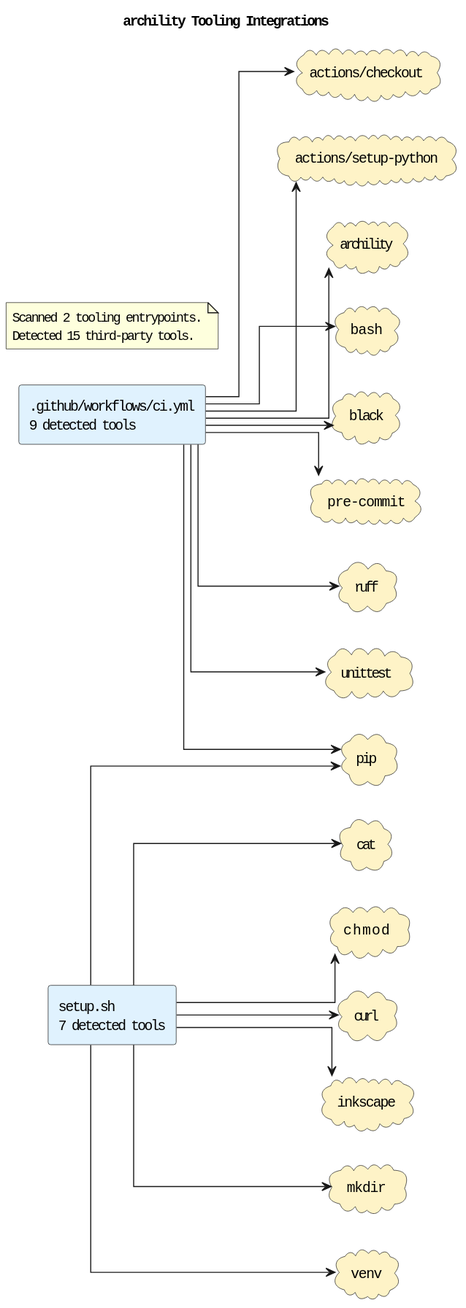
Earlier version of the PlantUML export docs/diagrams/tooling-integrations.puml.svg (casonk/archility).
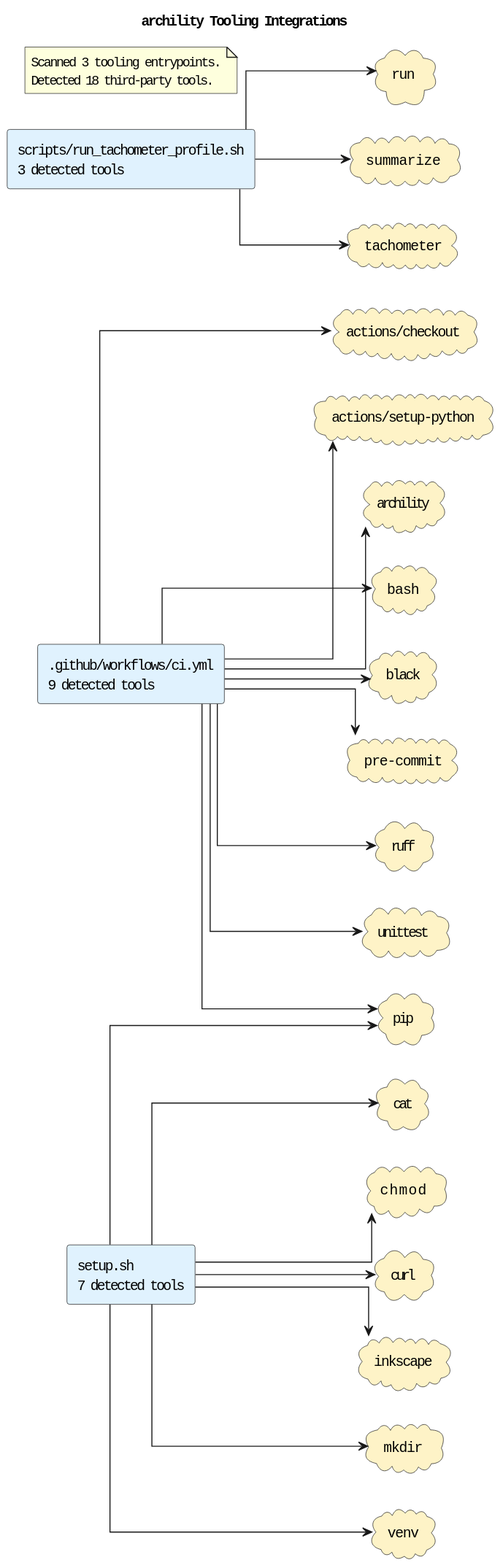
After the change.

What changed in the source:
```diff
@@ -6,6 +6,7 @@
 skinparam componentStyle rectangle
 skinparam linetype ortho
 rectangle ".github/workflows/ci.yml\n9 detected tools" as source_github_workflows_ci_yml #E0F2FE
+rectangle "scripts/run_tachometer_profile.sh\n3 detected tools" as source_scripts_run_tachometer_profile_sh #E0F2FE
 rectangle "setup.sh\n7 detected tools" as source_setup_sh #E0F2FE
 cloud "actions/checkout" as tool_actions_checkout #FEF3C7
 cloud "actions/setup-python" as tool_actions_setup_python #FEF3C7
@@ -20,6 +21,9 @@
 cloud "pip" as tool_pip #FEF3C7
 cloud "pre-commit" as tool_pre_commit #FEF3C7
 cloud "ruff" as tool_ruff #FEF3C7
+cloud "run" as tool_run #FEF3C7
+cloud "summarize" as tool_summarize #FEF3C7
+cloud "tachometer" as tool_tachometer #FEF3C7
 cloud "unittest" as tool_unittest #FEF3C7
 cloud "venv" as tool_venv #FEF3C7
 source_github_workflows_ci_yml --> tool_actions_checkout
@@ -31,6 +35,9 @@
 source_github_workflows_ci_yml --> tool_pre_commit
 source_github_workflows_ci_yml --> tool_ruff
 source_github_workflows_ci_yml --> tool_unittest
+source_scripts_run_tachometer_profile_sh --> tool_run
+source_scripts_run_tachometer_profile_sh --> tool_summarize
+source_scripts_run_tachometer_profile_sh --> tool_tachometer
 source_setup_sh --> tool_cat
 source_setup_sh --> tool_chmod
 source_setup_sh --> tool_curl
@@ -39,7 +46,7 @@
 source_setup_sh --> tool_pip
 source_setup_sh --> tool_venv
 note as toolingGraphSummary
-Scanned 2 tooling entrypoints.
-Detected 15 third-party tools.
+Scanned 3 tooling entrypoints.
+Detected 18 third-party tools.
 end note
 @enduml
```
